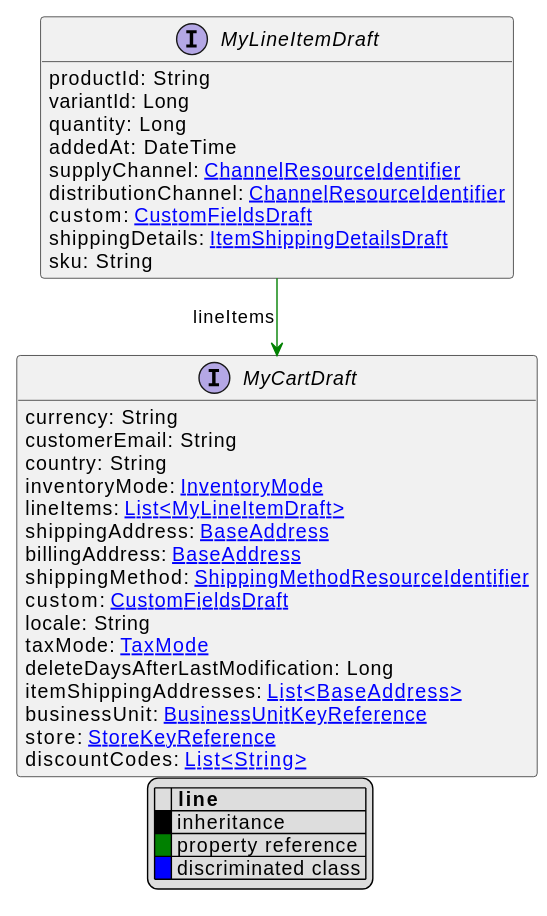
Before: uml/api/svg/MyLineItemDraft.svg, a diagram exported from PlantUML (commercetools/commercetools-api-reference).
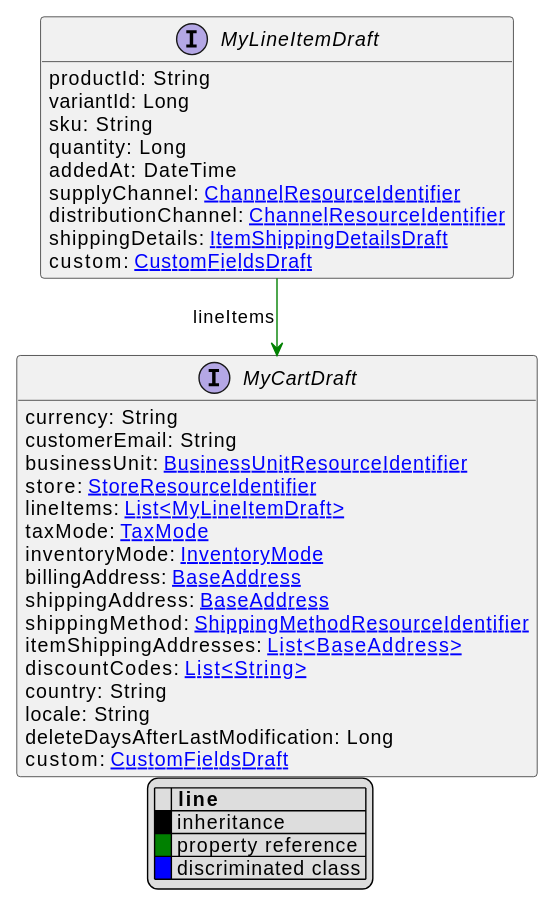
After the commit.

Change to the diagram source:
```diff
@@ -11,13 +11,13 @@
 interface MyLineItemDraft [[MyLineItemDraft.svg]]  {
     productId: String
     variantId: Long
+    sku: String
     quantity: Long
     addedAt: DateTime
     supplyChannel: [[ChannelResourceIdentifier.svg ChannelResourceIdentifier]]
     distributionChannel: [[ChannelResourceIdentifier.svg ChannelResourceIdentifier]]
+    shippingDetails: [[ItemShippingDetailsDraft.svg ItemShippingDetailsDraft]]
     custom: [[CustomFieldsDraft.svg CustomFieldsDraft]]
-    shippingDetails: [[ItemShippingDetailsDraft.svg ItemShippingDetailsDraft]]
-    sku: String
 }
 
 
@@ -25,20 +25,20 @@
 interface MyCartDraft [[MyCartDraft.svg]]  {
     currency: String
     customerEmail: String
+    businessUnit: [[BusinessUnitResourceIdentifier.svg BusinessUnitResourceIdentifier]]
+    store: [[StoreResourceIdentifier.svg StoreResourceIdentifier]]
+    lineItems: [[MyLineItemDraft.svg List<MyLineItemDraft>]]
+    taxMode: [[TaxMode.svg TaxMode]]
+    inventoryMode: [[InventoryMode.svg InventoryMode]]
+    billingAddress: [[BaseAddress.svg BaseAddress]]
+    shippingAddress: [[BaseAddress.svg BaseAddress]]
+    shippingMethod: [[ShippingMethodResourceIdentifier.svg ShippingMethodResourceIdentifier]]
+    itemShippingAddresses: [[BaseAddress.svg List<BaseAddress>]]
+    discountCodes: [[String.svg List<String>]]
     country: String
-    inventoryMode: [[InventoryMode.svg InventoryMode]]
-    lineItems: [[MyLineItemDraft.svg List<MyLineItemDraft>]]
-    shippingAddress: [[BaseAddress.svg BaseAddress]]
-    billingAddress: [[BaseAddress.svg BaseAddress]]
-    shippingMethod: [[ShippingMethodResourceIdentifier.svg ShippingMethodResourceIdentifier]]
+    locale: String
+    deleteDaysAfterLastModification: Long
     custom: [[CustomFieldsDraft.svg CustomFieldsDraft]]
-    locale: String
-    taxMode: [[TaxMode.svg TaxMode]]
-    deleteDaysAfterLastModification: Long
-    itemShippingAddresses: [[BaseAddress.svg List<BaseAddress>]]
-    businessUnit: [[BusinessUnitKeyReference.svg BusinessUnitKeyReference]]
-    store: [[StoreKeyReference.svg StoreKeyReference]]
-    discountCodes: [[String.svg List<String>]]
 }
 
 MyLineItemDraft --> MyCartDraft #green;text:green : "lineItems"
```
